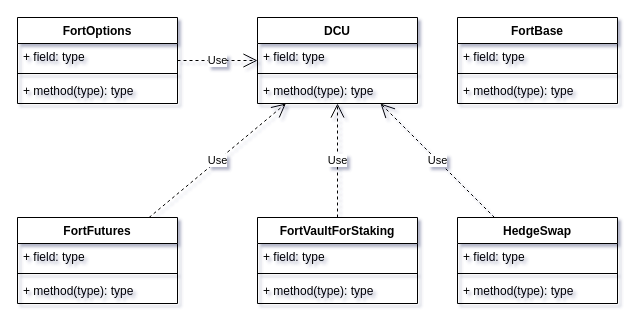
Earlier version of the draw.io diagram docs/structure.drawio (NEST-Protocol/NEST-PVM-V1.0). Source tidied: cells renumbered, new cells numbered last; positions are measured from the earlier drawing's top-left corner, leaving out a move shared by most shapes. Both pictures are drawn from the tidied source at 100%, with x=0, y=0 at pixel (17, 17).
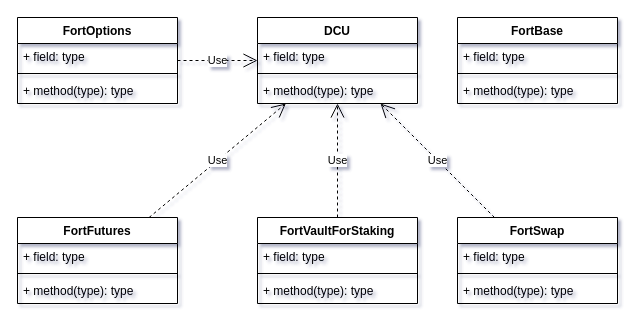
The same page after the edit.

What changed in the source:
```diff
@@
-    <mxCell id="26" value="HedgeSwap" style="swimlane;fontStyle=1;align=center;verticalAlign=top;horizontal=1;startSize=26;" parent="1" vertex="1">
+    <mxCell id="26" value="FortSwap" style="swimlane;fontStyle=1;align=center;verticalAlign=top;horizontal=1;startSize=26;" parent="1" vertex="1">
       <mxGeometry x="440" y="200" width="160" height="86" as="geometry" />
     </mxCell>
```
